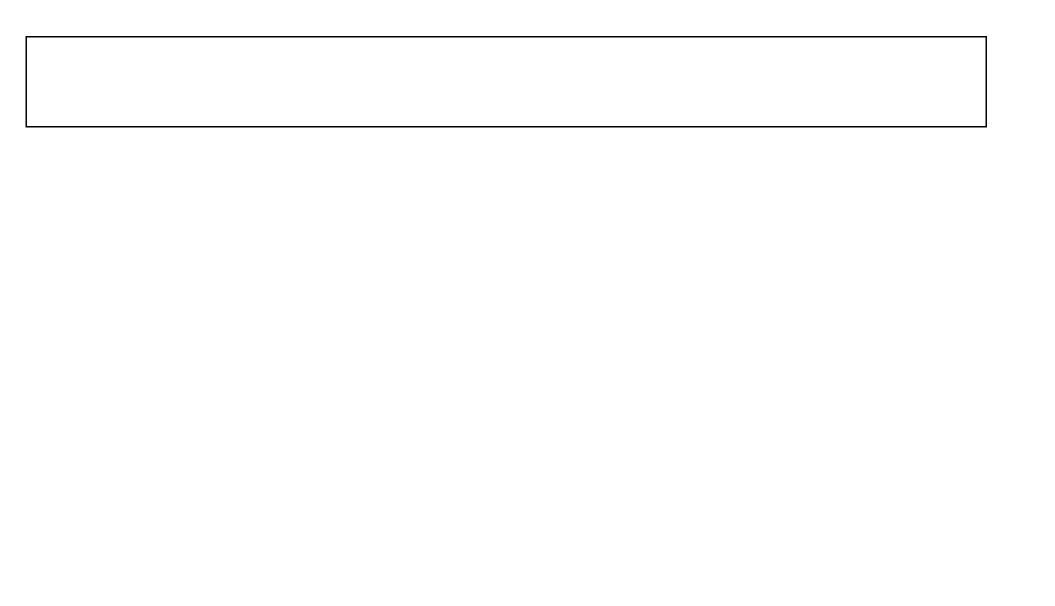
Before: photo_gallery-00.drawio in amitkumar-niranjan/imageGallery, a draw.io diagram. Source tidied: cells renumbered, new cells numbered last; positions are measured from the earlier drawing's top-left corner, leaving out a move shared by most shapes. Both pictures are drawn from the tidied source at 150%, with x=0, y=0 at pixel (26, 36).
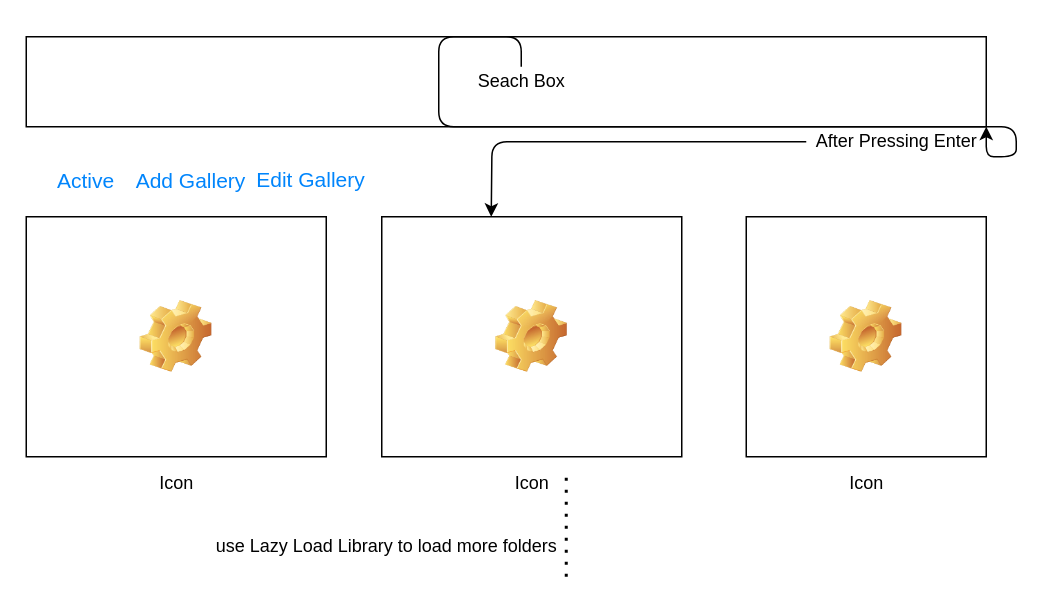
After the change.

Change to the diagram source:
```diff
@@
 <mxGraphModel>
   <root>
-    <mxCell id="0" />
-    <mxCell id="1" parent="0" />
+    <mxCell id="4" />
+    <mxCell id="5" parent="4" />
-    <mxCell id="2" style="rounded=0;whiteSpace=wrap;html=1;" parent="1" vertex="1">
+    <mxCell id="2" style="rounded=0;whiteSpace=wrap;html=1;" parent="5" vertex="1">
       <mxGeometry width="640" height="60" as="geometry" />
     </mxCell>
-    <mxCell id="3" parent="0" />
+    <mxCell id="6" value="Active" style="fillColor=none;strokeColor=none;fontSize=14;fontColor=#0085FC;rounded=0;sketch=0;" parent="5" vertex="1">
+      <mxGeometry y="80" width="80" height="30" as="geometry" />
+    </mxCell>
+    <mxCell id="7" value="Add Gallery" style="fillColor=none;strokeColor=none;fontSize=14;fontColor=#0085FC;rounded=0;sketch=0;" parent="5" vertex="1">
+      <mxGeometry x="80" y="80" width="60" height="30" as="geometry" />
+    </mxCell>
+    <mxCell id="8" value="Edit Gallery&#10;" style="fillColor=none;strokeColor=none;fontSize=14;fontColor=#0085FC;rounded=0;sketch=0;" parent="5" vertex="1">
+      <mxGeometry x="160" y="88" width="60" height="30" as="geometry" />
+    </mxCell>
+    <mxCell id="9" parent="4" />
+    <mxCell id="10" style="edgeStyle=orthogonalEdgeStyle;curved=0;rounded=1;sketch=0;jettySize=auto;html=1;entryX=1;entryY=1;entryDx=0;entryDy=0;" parent="9" edge="1" source="11" target="2">
+      <mxGeometry relative="1" as="geometry" />
+    </mxCell>
+    <mxCell id="11" value="Seach Box" style="text;html=1;align=center;verticalAlign=middle;points=[];fillColor=none;strokeColor=none;rounded=0;sketch=0;" parent="9" vertex="1">
+      <mxGeometry x="295" y="20" width="70" height="20" as="geometry" />
+    </mxCell>
+    <mxCell id="12" style="edgeStyle=orthogonalEdgeStyle;curved=0;rounded=1;sketch=0;jettySize=auto;html=1;" parent="9" edge="1" source="13">
+      <mxGeometry relative="1" as="geometry">
+        <mxPoint x="310" y="120" as="targetPoint" />
+      </mxGeometry>
+    </mxCell>
+    <mxCell id="13" value="After Pressing Enter" style="text;html=1;align=center;verticalAlign=middle;points=[];fillColor=none;strokeColor=none;rounded=0;sketch=0;" parent="9" vertex="1">
+      <mxGeometry x="520" y="60" width="120" height="20" as="geometry" />
+    </mxCell>
+    <mxCell id="14" parent="4" />
+    <mxCell id="15" value="Icon" style="icon;html=1;image=img/clipart/Gear_128x128.png;rounded=0;sketch=0;" parent="14" vertex="1">
+      <mxGeometry y="120" width="200" height="160" as="geometry" />
+    </mxCell>
+    <mxCell id="16" value="Icon" style="icon;html=1;image=img/clipart/Gear_128x128.png;rounded=0;sketch=0;" parent="14" vertex="1">
+      <mxGeometry x="237" y="120" width="200" height="160" as="geometry" />
+    </mxCell>
+    <mxCell id="17" value="Icon" style="icon;html=1;image=img/clipart/Gear_128x128.png;rounded=0;sketch=0;" parent="14" vertex="1">
+      <mxGeometry x="480" y="120" width="160" height="160" as="geometry" />
+    </mxCell>
+    <mxCell id="18" style="endArrow=none;dashed=1;html=1;dashPattern=1 3;strokeWidth=2;rounded=1;sketch=0;curved=0;" parent="14" edge="1">
+      <mxGeometry relative="1" as="geometry">
+        <mxPoint x="360" y="360" as="sourcePoint" />
+        <mxPoint x="360" y="290" as="targetPoint" />
+      </mxGeometry>
+    </mxCell>
+    <mxCell id="19" parent="4" />
+    <mxCell id="20" value="use Lazy Load Library to load more folders&lt;br&gt;" style="text;html=1;align=center;verticalAlign=middle;fillColor=none;strokeColor=none;rounded=0;sketch=0;" parent="19" vertex="1">
+      <mxGeometry x="120" y="330" width="240" height="20" as="geometry" />
+    </mxCell>
   </root>
 </mxGraphModel>
```
